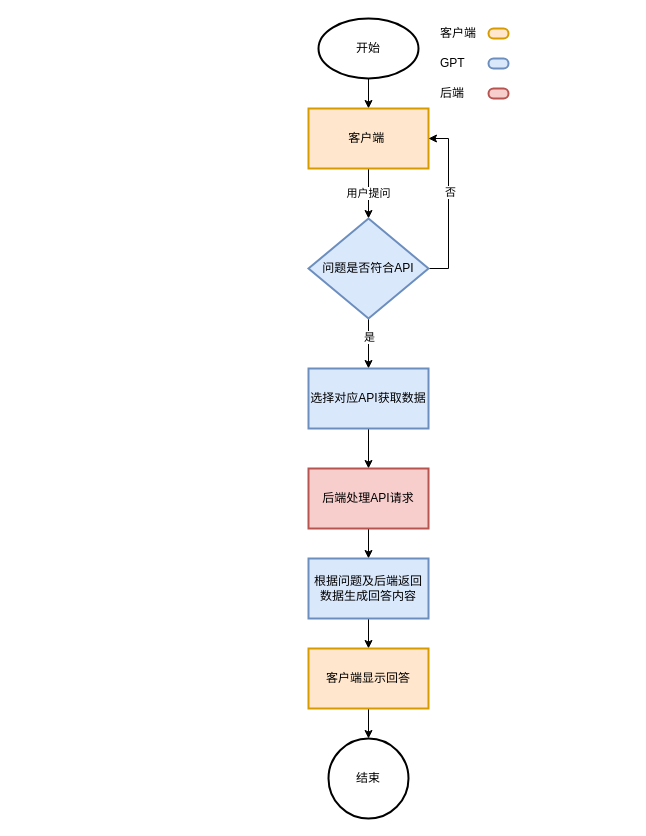
This is page "第 2 页" (2 of 2) of graph/未命名绘图.drawio from buggzd/UnityFiresimulation, a draw.io file, before an edit. Source tidied: cells renumbered, new cells numbered last; positions are measured from the earlier drawing's top-left corner, leaving out a move shared by most shapes. Both pictures are drawn from the tidied source at 100%, with x=0, y=0 at pixel (308, 18).
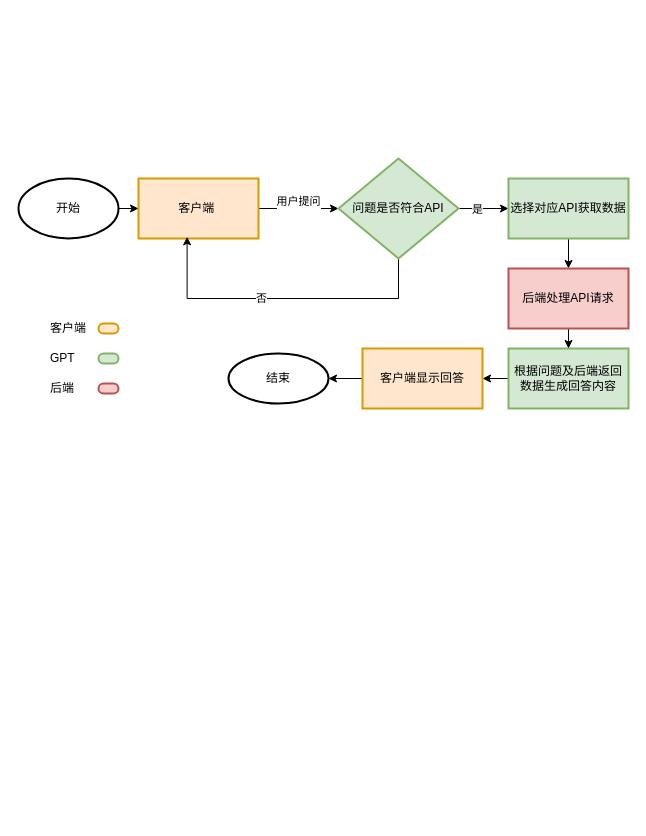
The same page after the edit.

Commit message:
更新未命名绘图.drawio

What changed in the source:
```diff
@@
     <mxCell id="3" value="开始" style="strokeWidth=2;html=1;shape=mxgraph.flowchart.start_1;whiteSpace=wrap;" parent="1" vertex="1">
-      <mxGeometry x="10" width="100" height="60" as="geometry" />
+      <mxGeometry x="-290" y="160" width="100" height="60" as="geometry" />
     </mxCell>
-    <mxCell id="4" value="用户提问" style="edgeStyle=orthogonalEdgeStyle;rounded=0;jettySize=auto;html=1;entryX=0.5;entryY=0;entryDx=0;entryDy=0;entryPerimeter=0;" parent="1" edge="1" source="5" target="10">
+    <mxCell id="4" value="&#10;&lt;span style=&quot;color: rgb(0, 0, 0); font-family: Helvetica; font-size: 11px; font-style: normal; font-variant-ligatures: normal; font-variant-caps: normal; font-weight: 400; letter-spacing: normal; orphans: 2; text-align: center; text-indent: 0px; text-transform: none; widows: 2; word-spacing: 0px; -webkit-text-stroke-width: 0px; background-color: rgb(255, 255, 255); text-decoration-thickness: initial; text-decoration-style: initial; text-decoration-color: initial; float: none; display: inline !important;&quot;&gt;用户提问&lt;/span&gt;&#10;&#10;" style="edgeStyle=orthogonalEdgeStyle;rounded=0;jettySize=auto;html=1;exitX=1;exitY=0.5;exitDx=0;exitDy=0;entryX=0;entryY=0.5;entryDx=0;entryDy=0;entryPerimeter=0;" parent="1" edge="1" source="5" target="10">
       <mxGeometry relative="1" as="geometry" />
     </mxCell>
     <mxCell id="5" value="客户端&amp;nbsp;" style="whiteSpace=wrap;html=1;strokeWidth=2;fillColor=#ffe6cc;strokeColor=#d79b00;" parent="1" vertex="1">
-      <mxGeometry y="90" width="120" height="60" as="geometry" />
+      <mxGeometry x="-170" y="160" width="120" height="60" as="geometry" />
     </mxCell>
@@
-    <mxCell id="8" style="edgeStyle=orthogonalEdgeStyle;rounded=0;jettySize=auto;html=1;exitX=1;exitY=0.5;exitDx=0;exitDy=0;exitPerimeter=0;entryX=1;entryY=0.5;entryDx=0;entryDy=0;" parent="1" edge="1" source="10" target="5">
-      <mxGeometry relative="1" as="geometry" />
+    <mxCell id="8" style="edgeStyle=orthogonalEdgeStyle;rounded=0;jettySize=auto;html=1;exitX=0.5;exitY=1;exitDx=0;exitDy=0;exitPerimeter=0;entryX=0.405;entryY=0.971;entryDx=0;entryDy=0;entryPerimeter=0;" parent="1" edge="1" source="10" target="5">
+      <mxGeometry relative="1" as="geometry">
+        <Array as="points">
+          <mxPoint x="90" y="280" />
+          <mxPoint x="-121" y="280" />
+        </Array>
+      </mxGeometry>
     </mxCell>
@@
-    <mxCell id="10" value="问题是否符合API" style="strokeWidth=2;html=1;shape=mxgraph.flowchart.decision;whiteSpace=wrap;fillColor=#dae8fc;strokeColor=#6c8ebf;" parent="1" vertex="1">
-      <mxGeometry y="200" width="120" height="100" as="geometry" />
+    <mxCell id="10" value="问题是否符合API" style="strokeWidth=2;html=1;shape=mxgraph.flowchart.decision;whiteSpace=wrap;fillColor=#d5e8d4;strokeColor=#82b366;" parent="1" vertex="1">
+      <mxGeometry x="30" y="140" width="120" height="100" as="geometry" />
     </mxCell>
@@
-    <mxCell id="12" value="选择对应API获取数据" style="whiteSpace=wrap;html=1;strokeWidth=2;fillColor=#dae8fc;strokeColor=#6c8ebf;" parent="1" vertex="1">
-      <mxGeometry y="350" width="120" height="60" as="geometry" />
+    <mxCell id="12" value="选择对应API获取数据" style="whiteSpace=wrap;html=1;strokeWidth=2;fillColor=#d5e8d4;strokeColor=#82b366;" parent="1" vertex="1">
+      <mxGeometry x="200" y="160" width="120" height="60" as="geometry" />
     </mxCell>
@@
     <mxCell id="14" value="后端处理API请求" style="whiteSpace=wrap;html=1;strokeWidth=2;fillColor=#f8cecc;strokeColor=#b85450;" parent="1" vertex="1">
-      <mxGeometry y="450" width="120" height="60" as="geometry" />
+      <mxGeometry x="200" y="250" width="120" height="60" as="geometry" />
     </mxCell>
@@
-    <mxCell id="16" value="根据问题及后端返回数据生成回答内容" style="whiteSpace=wrap;html=1;strokeWidth=2;fillColor=#dae8fc;strokeColor=#6c8ebf;" parent="1" vertex="1">
-      <mxGeometry y="540" width="120" height="60" as="geometry" />
+    <mxCell id="16" value="根据问题及后端返回数据生成回答内容" style="whiteSpace=wrap;html=1;strokeWidth=2;fillColor=#d5e8d4;strokeColor=#82b366;" parent="1" vertex="1">
+      <mxGeometry x="200" y="330" width="120" height="60" as="geometry" />
     </mxCell>
@@
     <mxCell id="18" value="客户端显示回答" style="whiteSpace=wrap;html=1;fillColor=#ffe6cc;strokeColor=#d79b00;strokeWidth=2;" parent="1" vertex="1">
-      <mxGeometry y="630" width="120" height="60" as="geometry" />
+      <mxGeometry x="54" y="330" width="120" height="60" as="geometry" />
     </mxCell>
     <mxCell id="19" value="结束" style="ellipse;whiteSpace=wrap;html=1;strokeWidth=2;" parent="1" vertex="1">
-      <mxGeometry x="20" y="720" width="80" height="80" as="geometry" />
+      <mxGeometry x="-80" y="335" width="100" height="50" as="geometry" />
     </mxCell>
     <mxCell id="20" style="rounded=1;whiteSpace=wrap;html=1;absoluteArcSize=1;arcSize=20;strokeWidth=2;fillColor=#ffe6cc;strokeColor=#d79b00;" parent="1" vertex="1">
-      <mxGeometry x="180" y="10" width="20" height="10" as="geometry" />
+      <mxGeometry x="-210" y="305" width="20" height="10" as="geometry" />
     </mxCell>
-    <mxCell id="21" style="rounded=1;whiteSpace=wrap;html=1;absoluteArcSize=1;arcSize=20;strokeWidth=2;fillColor=#dae8fc;strokeColor=#6c8ebf;" parent="1" vertex="1">
-      <mxGeometry x="180" y="40" width="20" height="10" as="geometry" />
+    <mxCell id="21" style="rounded=1;whiteSpace=wrap;html=1;absoluteArcSize=1;arcSize=20;strokeWidth=2;fillColor=#d5e8d4;strokeColor=#82b366;" parent="1" vertex="1">
+      <mxGeometry x="-210" y="335" width="20" height="10" as="geometry" />
     </mxCell>
     <mxCell id="22" style="rounded=1;whiteSpace=wrap;html=1;absoluteArcSize=1;arcSize=20;strokeWidth=2;fillColor=#f8cecc;strokeColor=#b85450;" parent="1" vertex="1">
-      <mxGeometry x="180" y="70" width="20" height="10" as="geometry" />
+      <mxGeometry x="-210" y="365" width="20" height="10" as="geometry" />
     </mxCell>
     <mxCell id="23" value="客户端" style="text;html=1;strokeColor=none;fillColor=none;align=left;verticalAlign=middle;whiteSpace=wrap;rounded=0;" parent="1" vertex="1">
-      <mxGeometry x="130" width="60" height="30" as="geometry" />
+      <mxGeometry x="-260" y="295" width="60" height="30" as="geometry" />
     </mxCell>
     <mxCell id="24" value="GPT" style="text;html=1;strokeColor=none;fillColor=none;align=left;verticalAlign=middle;whiteSpace=wrap;rounded=0;" parent="1" vertex="1">
-      <mxGeometry x="130" y="30" width="60" height="30" as="geometry" />
+      <mxGeometry x="-260" y="325" width="60" height="30" as="geometry" />
     </mxCell>
     <mxCell id="25" value="后端" style="text;html=1;strokeColor=none;fillColor=none;align=left;verticalAlign=middle;whiteSpace=wrap;rounded=0;" parent="1" vertex="1">
-      <mxGeometry x="130" y="60" width="60" height="30" as="geometry" />
+      <mxGeometry x="-260" y="355" width="60" height="30" as="geometry" />
     </mxCell>
```
